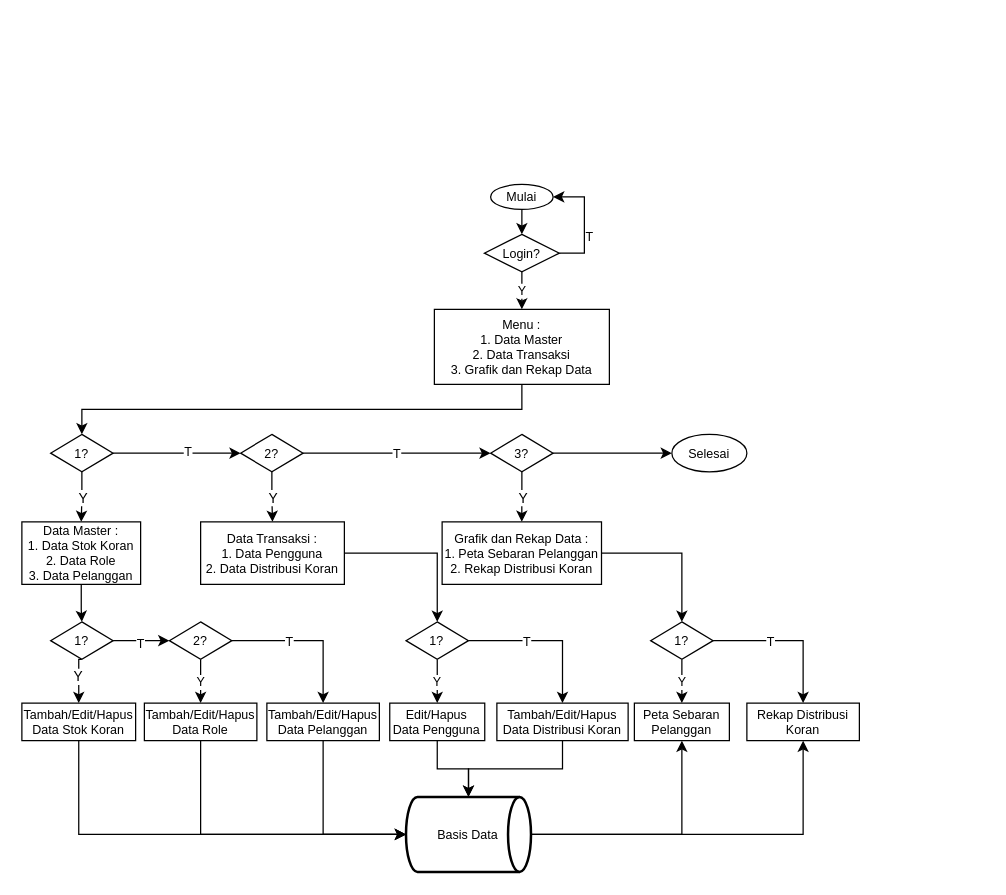
Earlier version of the draw.io diagram Tampilan Admin.drawio (kritimauludin/rb-location-tracker-design). Source tidied: cells renumbered, new cells numbered last; positions are measured from the earlier drawing's top-left corner, leaving out a move shared by most shapes. Both pictures are drawn from the tidied source at 125%, with x=0, y=0 at pixel (21, 184).
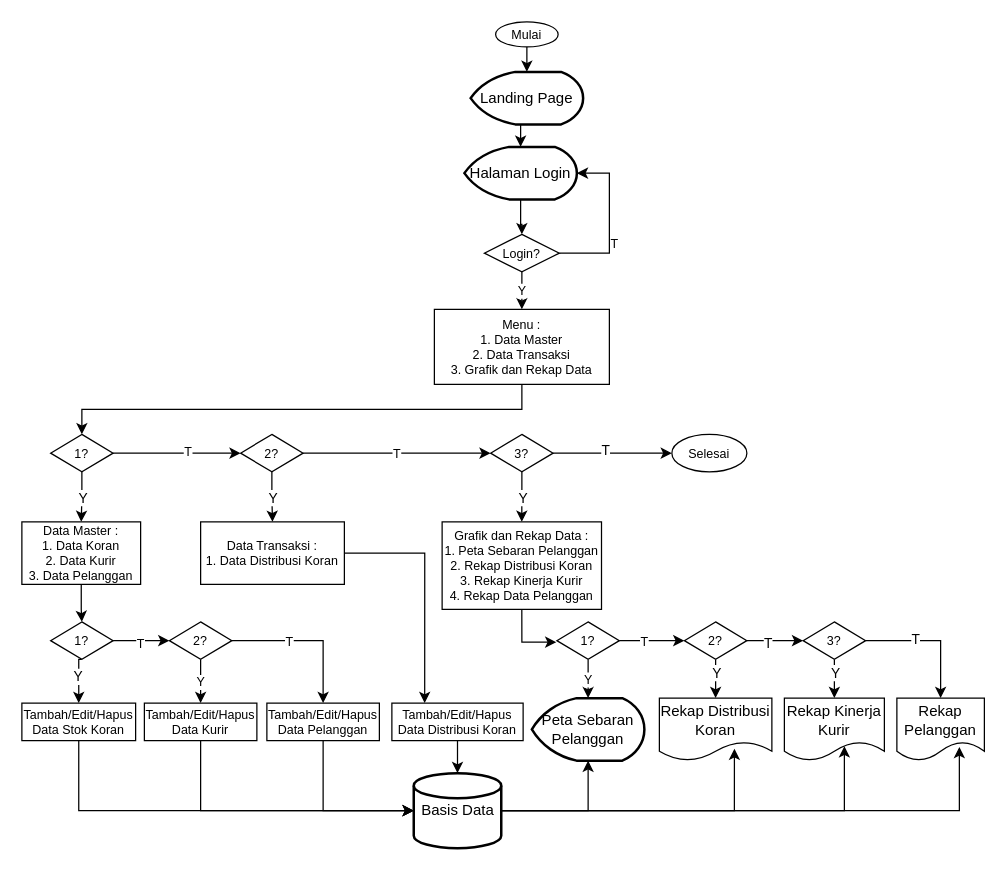
Above is the later version.

Unchanged cells that the change refers to:
```xml
<mxCell id="7" value="Login?" style="rhombus;whiteSpace=wrap;html=1;fontSize=10;" parent="1" vertex="1">
  <mxGeometry x="370" y="40" width="60" height="30" as="geometry" />
</mxCell>
<mxCell id="15" style="edgeStyle=orthogonalEdgeStyle;rounded=0;jettySize=auto;html=1;exitX=1;exitY=0.5;exitDx=0;exitDy=0;entryX=0;entryY=0.5;entryDx=0;entryDy=0;fontSize=10;" parent="1" edge="1" source="18" target="23">
  <mxGeometry relative="1" as="geometry" />
</mxCell>
```

Diff of the diagram source:
```diff
@@
-    <mxCell id="2" style="edgeStyle=orthogonalEdgeStyle;rounded=0;jettySize=auto;html=1;exitX=0.5;exitY=1;exitDx=0;exitDy=0;entryX=0.5;entryY=0;entryDx=0;entryDy=0;fontSize=10;" parent="1" edge="1" source="3" target="7">
+    <mxCell id="2" style="edgeStyle=orthogonalEdgeStyle;rounded=0;jettySize=auto;html=1;exitX=0.5;exitY=1;exitDx=0;exitDy=0;entryX=0.5;entryY=0;entryDx=0;entryDy=0;fontSize=10;entryPerimeter=0;" parent="1" edge="1" source="3" target="81">
       <mxGeometry relative="1" as="geometry" />
     </mxCell>
     <mxCell id="3" value="Mulai" style="ellipse;whiteSpace=wrap;html=1;fontSize=10;" parent="1" vertex="1">
-      <mxGeometry x="375" width="50" height="20" as="geometry" />
+      <mxGeometry x="379" y="-130" width="50" height="20" as="geometry" />
     </mxCell>
@@
-    <mxCell id="5" style="edgeStyle=orthogonalEdgeStyle;rounded=0;jettySize=auto;html=1;exitX=1;exitY=0.5;exitDx=0;exitDy=0;entryX=1;entryY=0.5;entryDx=0;entryDy=0;fontSize=10;" parent="1" edge="1" source="7" target="3">
-      <mxGeometry relative="1" as="geometry" />
+    <mxCell id="5" style="edgeStyle=orthogonalEdgeStyle;rounded=0;jettySize=auto;html=1;exitX=1;exitY=0.5;exitDx=0;exitDy=0;entryX=1;entryY=0.5;entryDx=0;entryDy=0;fontSize=10;entryPerimeter=0;" parent="1" edge="1" source="7" target="83">
+      <mxGeometry relative="1" as="geometry">
+        <Array as="points">
+          <mxPoint x="470" y="55" />
+          <mxPoint x="470" y="-9" />
+        </Array>
+      </mxGeometry>
     </mxCell>
@@
+    <mxCell id="65" value="T" style="edgeLabel;html=1;align=center;verticalAlign=middle;" parent="15" vertex="1">
+      <mxGeometry x="-0.13" y="3" relative="1" as="geometry" />
+    </mxCell>
@@
-    <mxCell id="25" value="Data Master :&lt;br style=&quot;font-size: 10px;&quot;&gt;1. Data Stok Koran&lt;br style=&quot;font-size: 10px;&quot;&gt;2. Data Role&lt;br style=&quot;font-size: 10px;&quot;&gt;3. Data Pelanggan" style="rounded=0;whiteSpace=wrap;html=1;fontSize=10;" parent="1" vertex="1">
+    <mxCell id="25" value="Data Master :&lt;br style=&quot;font-size: 10px;&quot;&gt;1. Data Koran&lt;br style=&quot;font-size: 10px;&quot;&gt;2. Data Kurir&lt;br style=&quot;font-size: 10px;&quot;&gt;3. Data Pelanggan" style="rounded=0;whiteSpace=wrap;html=1;fontSize=10;" parent="1" vertex="1">
       <mxGeometry y="270" width="95" height="50" as="geometry" />
     </mxCell>
@@
-    <mxCell id="38" style="edgeStyle=orthogonalEdgeStyle;rounded=0;jettySize=auto;html=1;exitX=1;exitY=0.5;exitDx=0;exitDy=0;exitPerimeter=0;" parent="1" edge="1" source="40" target="63">
-      <mxGeometry relative="1" as="geometry" />
-    </mxCell>
-    <mxCell id="39" style="edgeStyle=orthogonalEdgeStyle;rounded=0;jettySize=auto;html=1;exitX=1;exitY=0.5;exitDx=0;exitDy=0;exitPerimeter=0;" parent="1" edge="1" source="40" target="64">
-      <mxGeometry relative="1" as="geometry" />
-    </mxCell>
-    <mxCell id="40" value="Basis Data" style="strokeWidth=2;html=1;shape=mxgraph.flowchart.direct_data;whiteSpace=wrap;fontSize=10;" parent="1" vertex="1">
-      <mxGeometry x="307.3" y="490" width="100" height="60" as="geometry" />
-    </mxCell>
@@
-    <mxCell id="44" value="Tambah/Edit/Hapus&lt;br style=&quot;font-size: 10px;&quot;&gt;Data Role" style="rounded=0;whiteSpace=wrap;html=1;fontSize=10;" parent="1" vertex="1">
+    <mxCell id="44" value="Tambah/Edit/Hapus&lt;br style=&quot;border-color: var(--border-color);&quot;&gt;Data Kurir" style="rounded=0;whiteSpace=wrap;html=1;fontSize=10;" parent="1" vertex="1">
       <mxGeometry x="98" y="415" width="90" height="30" as="geometry" />
     </mxCell>
-    <mxCell id="45" style="edgeStyle=orthogonalEdgeStyle;rounded=0;jettySize=auto;html=1;exitX=1;exitY=0.5;exitDx=0;exitDy=0;entryX=0.5;entryY=0;entryDx=0;entryDy=0;" parent="1" edge="1" source="46" target="51">
+    <mxCell id="45" style="edgeStyle=orthogonalEdgeStyle;rounded=0;jettySize=auto;html=1;exitX=1;exitY=0.5;exitDx=0;exitDy=0;entryX=0.25;entryY=0;entryDx=0;entryDy=0;" parent="1" edge="1" source="46" target="53">
       <mxGeometry relative="1" as="geometry" />
     </mxCell>
-    <mxCell id="46" value="Data Transaksi :&lt;br style=&quot;font-size: 10px;&quot;&gt;1. Data Pengguna&lt;br&gt;2. Data Distribusi Koran" style="rounded=0;whiteSpace=wrap;html=1;fontSize=10;" parent="1" vertex="1">
+    <mxCell id="46" value="Data Transaksi :&lt;br&gt;1. Data Distribusi Koran" style="rounded=0;whiteSpace=wrap;html=1;fontSize=10;" parent="1" vertex="1">
       <mxGeometry x="143" y="270" width="115" height="50" as="geometry" />
     </mxCell>
-    <mxCell id="47" style="edgeStyle=orthogonalEdgeStyle;rounded=0;jettySize=auto;html=1;exitX=0.5;exitY=1;exitDx=0;exitDy=0;entryX=0.5;entryY=0;entryDx=0;entryDy=0;fontSize=10;" parent="1" edge="1" source="51" target="55">
-      <mxGeometry relative="1" as="geometry" />
-    </mxCell>
-    <mxCell id="48" value="Y" style="edgeLabel;html=1;align=center;verticalAlign=middle;fontSize=10;" parent="47" vertex="1">
-      <mxGeometry x="-0.02" y="-1" relative="1" as="geometry" />
-    </mxCell>
-    <mxCell id="49" style="edgeStyle=orthogonalEdgeStyle;rounded=0;jettySize=auto;html=1;exitX=1;exitY=0.5;exitDx=0;exitDy=0;entryX=0.5;entryY=0;entryDx=0;entryDy=0;fontSize=10;" parent="1" edge="1" source="51" target="53">
-      <mxGeometry relative="1" as="geometry" />
-    </mxCell>
-    <mxCell id="50" value="T" style="edgeLabel;html=1;align=center;verticalAlign=middle;fontSize=10;" parent="49" vertex="1">
-      <mxGeometry x="-0.27" relative="1" as="geometry" />
-    </mxCell>
-    <mxCell id="51" value="1?" style="rhombus;whiteSpace=wrap;html=1;fontSize=10;" parent="1" vertex="1">
-      <mxGeometry x="307.3" y="350" width="50" height="30" as="geometry" />
-    </mxCell>
@@
     <mxCell id="53" value="Tambah/Edit/Hapus&lt;br style=&quot;font-size: 10px;&quot;&gt;Data Distribusi Koran" style="rounded=0;whiteSpace=wrap;html=1;fontSize=10;" parent="1" vertex="1">
-      <mxGeometry x="380" y="415" width="105" height="30" as="geometry" />
+      <mxGeometry x="296" y="415" width="105" height="30" as="geometry" />
     </mxCell>
-    <mxCell id="54" style="edgeStyle=orthogonalEdgeStyle;rounded=0;jettySize=auto;html=1;exitX=0.5;exitY=1;exitDx=0;exitDy=0;entryX=0.5;entryY=0;entryDx=0;entryDy=0;entryPerimeter=0;" parent="1" edge="1" source="55" target="40">
-      <mxGeometry relative="1" as="geometry" />
-    </mxCell>
-    <mxCell id="55" value="Edit/Hapus&lt;br style=&quot;font-size: 10px;&quot;&gt;Data Pengguna" style="rounded=0;whiteSpace=wrap;html=1;fontSize=10;" parent="1" vertex="1">
-      <mxGeometry x="294.3" y="415" width="76" height="30" as="geometry" />
-    </mxCell>
-    <mxCell id="56" style="edgeStyle=orthogonalEdgeStyle;rounded=0;jettySize=auto;html=1;exitX=1;exitY=0.5;exitDx=0;exitDy=0;entryX=0.5;entryY=0;entryDx=0;entryDy=0;" parent="1" edge="1" source="57" target="62">
-      <mxGeometry relative="1" as="geometry" />
+    <mxCell id="56" style="edgeStyle=orthogonalEdgeStyle;rounded=0;jettySize=auto;html=1;exitX=0.5;exitY=1;exitDx=0;exitDy=0;entryX=-0.009;entryY=0.54;entryDx=0;entryDy=0;entryPerimeter=0;" parent="1" edge="1" source="57" target="62">
+      <mxGeometry relative="1" as="geometry">
+        <Array as="points">
+          <mxPoint x="400" y="366" />
+          <mxPoint x="428" y="366" />
+        </Array>
+      </mxGeometry>
     </mxCell>
-    <mxCell id="57" value="Grafik dan Rekap Data :&lt;br style=&quot;font-size: 10px;&quot;&gt;1. Peta Sebaran Pelanggan&lt;br&gt;2. Rekap Distribusi Koran" style="rounded=0;whiteSpace=wrap;html=1;fontSize=10;" parent="1" vertex="1">
-      <mxGeometry x="336.2" y="270" width="127.5" height="50" as="geometry" />
+    <mxCell id="57" value="Grafik dan Rekap Data :&lt;br style=&quot;font-size: 10px;&quot;&gt;1. Peta Sebaran Pelanggan&lt;br&gt;2. Rekap Distribusi Koran&lt;br&gt;3. Rekap Kinerja Kurir&lt;br&gt;4. Rekap Data Pelanggan" style="rounded=0;whiteSpace=wrap;html=1;fontSize=10;" parent="1" vertex="1">
+      <mxGeometry x="336.2" y="270" width="127.5" height="70" as="geometry" />
     </mxCell>
-    <mxCell id="58" style="edgeStyle=orthogonalEdgeStyle;rounded=0;jettySize=auto;html=1;exitX=0.5;exitY=1;exitDx=0;exitDy=0;entryX=0.5;entryY=0;entryDx=0;entryDy=0;fontSize=10;" parent="1" edge="1" source="62" target="64">
+    <mxCell id="58" style="edgeStyle=orthogonalEdgeStyle;rounded=0;jettySize=auto;html=1;exitX=0.5;exitY=1;exitDx=0;exitDy=0;entryX=0.5;entryY=0;entryDx=0;entryDy=0;fontSize=10;entryPerimeter=0;" parent="1" edge="1" source="62" target="64">
       <mxGeometry relative="1" as="geometry" />
     </mxCell>
@@
-    <mxCell id="60" style="edgeStyle=orthogonalEdgeStyle;rounded=0;jettySize=auto;html=1;exitX=1;exitY=0.5;exitDx=0;exitDy=0;entryX=0.5;entryY=0;entryDx=0;entryDy=0;fontSize=10;" parent="1" edge="1" source="62" target="63">
+    <mxCell id="60" style="edgeStyle=orthogonalEdgeStyle;rounded=0;jettySize=auto;html=1;exitX=1;exitY=0.5;exitDx=0;exitDy=0;entryX=0;entryY=0.5;entryDx=0;entryDy=0;fontSize=10;" parent="1" edge="1" source="62" target="72">
       <mxGeometry relative="1" as="geometry" />
     </mxCell>
@@
     <mxCell id="62" value="1?" style="rhombus;whiteSpace=wrap;html=1;fontSize=10;" parent="1" vertex="1">
-      <mxGeometry x="503" y="350" width="50" height="30" as="geometry" />
+      <mxGeometry x="428" y="350" width="50" height="30" as="geometry" />
     </mxCell>
-    <mxCell id="63" value="Rekap Distribusi Koran" style="rounded=0;whiteSpace=wrap;html=1;fontSize=10;" parent="1" vertex="1">
-      <mxGeometry x="580" y="415" width="90" height="30" as="geometry" />
+    <mxCell id="63" value="Rekap Distribusi Koran" style="shape=document;whiteSpace=wrap;html=1;boundedLbl=1;" parent="1" vertex="1">
+      <mxGeometry x="510" y="411" width="90" height="50" as="geometry" />
     </mxCell>
+    <mxCell id="66" value="Rekap Kinerja Kurir" style="shape=document;whiteSpace=wrap;html=1;boundedLbl=1;" parent="1" vertex="1">
+      <mxGeometry x="610" y="411" width="80" height="50" as="geometry" />
+    </mxCell>
+    <mxCell id="67" value="Rekap Pelanggan" style="shape=document;whiteSpace=wrap;html=1;boundedLbl=1;" parent="1" vertex="1">
+      <mxGeometry x="700" y="411" width="70" height="50" as="geometry" />
+    </mxCell>
+    <mxCell id="68" style="edgeStyle=orthogonalEdgeStyle;rounded=0;jettySize=auto;html=1;entryX=0.5;entryY=0;entryDx=0;entryDy=0;" parent="1" edge="1" source="72" target="63">
+      <mxGeometry relative="1" as="geometry" />
+    </mxCell>
+    <mxCell id="69" value="Y" style="edgeLabel;html=1;align=center;verticalAlign=middle;" parent="68" vertex="1">
+      <mxGeometry x="-0.61" relative="1" as="geometry" />
+    </mxCell>
+    <mxCell id="70" style="edgeStyle=orthogonalEdgeStyle;rounded=0;jettySize=auto;html=1;entryX=0;entryY=0.5;entryDx=0;entryDy=0;" parent="1" edge="1" source="72" target="77">
+      <mxGeometry relative="1" as="geometry" />
+    </mxCell>
+    <mxCell id="71" value="T" style="edgeLabel;html=1;align=center;verticalAlign=middle;" parent="70" vertex="1">
+      <mxGeometry x="-0.31" y="-1" relative="1" as="geometry" />
+    </mxCell>
+    <mxCell id="72" value="2?" style="rhombus;whiteSpace=wrap;html=1;fontSize=10;" parent="1" vertex="1">
+      <mxGeometry x="530" y="350" width="50" height="30" as="geometry" />
+    </mxCell>
-    <mxCell id="64" value="Peta Sebaran Pelanggan" style="rounded=0;whiteSpace=wrap;html=1;fontSize=10;" parent="1" vertex="1">
-      <mxGeometry x="490" y="415" width="76" height="30" as="geometry" />
+    <mxCell id="64" value="Peta Sebaran Pelanggan" style="strokeWidth=2;html=1;shape=mxgraph.flowchart.display;whiteSpace=wrap;" parent="1" vertex="1">
+      <mxGeometry x="408" y="411" width="90" height="50" as="geometry" />
     </mxCell>
+    <mxCell id="73" style="edgeStyle=orthogonalEdgeStyle;rounded=0;jettySize=auto;html=1;entryX=0.5;entryY=0;entryDx=0;entryDy=0;" parent="1" edge="1" source="77" target="66">
+      <mxGeometry relative="1" as="geometry" />
+    </mxCell>
+    <mxCell id="74" value="Y" style="edgeLabel;html=1;align=center;verticalAlign=middle;" parent="73" vertex="1">
+      <mxGeometry x="-0.58" relative="1" as="geometry" />
+    </mxCell>
+    <mxCell id="75" style="edgeStyle=orthogonalEdgeStyle;rounded=0;jettySize=auto;html=1;entryX=0.5;entryY=0;entryDx=0;entryDy=0;" parent="1" edge="1" source="77" target="67">
+      <mxGeometry relative="1" as="geometry" />
+    </mxCell>
+    <mxCell id="76" value="T" style="edgeLabel;html=1;align=center;verticalAlign=middle;" parent="75" vertex="1">
+      <mxGeometry x="-0.27" y="2" relative="1" as="geometry" />
+    </mxCell>
+    <mxCell id="77" value="3?" style="rhombus;whiteSpace=wrap;html=1;fontSize=10;" parent="1" vertex="1">
+      <mxGeometry x="625" y="350" width="50" height="30" as="geometry" />
+    </mxCell>
+    <mxCell id="39" style="edgeStyle=orthogonalEdgeStyle;rounded=0;jettySize=auto;html=1;exitX=1;exitY=0.5;exitDx=0;exitDy=0;exitPerimeter=0;entryX=0.5;entryY=1;entryDx=0;entryDy=0;entryPerimeter=0;" parent="1" edge="1" source="40" target="64">
+      <mxGeometry relative="1" as="geometry" />
+    </mxCell>
+    <mxCell id="38" style="edgeStyle=orthogonalEdgeStyle;rounded=0;jettySize=auto;html=1;entryX=0.667;entryY=0.81;entryDx=0;entryDy=0;entryPerimeter=0;" parent="1" edge="1" source="40" target="63">
+      <mxGeometry relative="1" as="geometry" />
+    </mxCell>
+    <mxCell id="78" style="edgeStyle=orthogonalEdgeStyle;rounded=0;jettySize=auto;html=1;entryX=0.6;entryY=0.77;entryDx=0;entryDy=0;entryPerimeter=0;" parent="1" edge="1" source="40" target="66">
+      <mxGeometry relative="1" as="geometry" />
+    </mxCell>
+    <mxCell id="79" style="edgeStyle=orthogonalEdgeStyle;rounded=0;jettySize=auto;html=1;entryX=0.714;entryY=0.78;entryDx=0;entryDy=0;entryPerimeter=0;" parent="1" edge="1" source="40" target="67">
+      <mxGeometry relative="1" as="geometry" />
+    </mxCell>
+    <mxCell id="40" value="Basis Data" style="strokeWidth=2;html=1;shape=mxgraph.flowchart.database;whiteSpace=wrap;" parent="1" vertex="1">
+      <mxGeometry x="313.5" y="471" width="70" height="60" as="geometry" />
+    </mxCell>
+    <mxCell id="80" style="edgeStyle=orthogonalEdgeStyle;rounded=0;jettySize=auto;html=1;exitX=0.5;exitY=1;exitDx=0;exitDy=0;exitPerimeter=0;entryX=0.5;entryY=0;entryDx=0;entryDy=0;entryPerimeter=0;" parent="1" edge="1" source="81" target="83">
+      <mxGeometry relative="1" as="geometry" />
+    </mxCell>
+    <mxCell id="81" value="Landing Page" style="strokeWidth=2;html=1;shape=mxgraph.flowchart.display;whiteSpace=wrap;" parent="1" vertex="1">
+      <mxGeometry x="359" y="-90" width="90" height="42" as="geometry" />
+    </mxCell>
+    <mxCell id="82" style="edgeStyle=orthogonalEdgeStyle;rounded=0;jettySize=auto;html=1;entryX=0.5;entryY=0;entryDx=0;entryDy=0;" parent="1" edge="1" source="83" target="7">
+      <mxGeometry relative="1" as="geometry" />
+    </mxCell>
+    <mxCell id="83" value="Halaman Login" style="strokeWidth=2;html=1;shape=mxgraph.flowchart.display;whiteSpace=wrap;" parent="1" vertex="1">
+      <mxGeometry x="354" y="-30" width="90" height="42" as="geometry" />
+    </mxCell>
```
